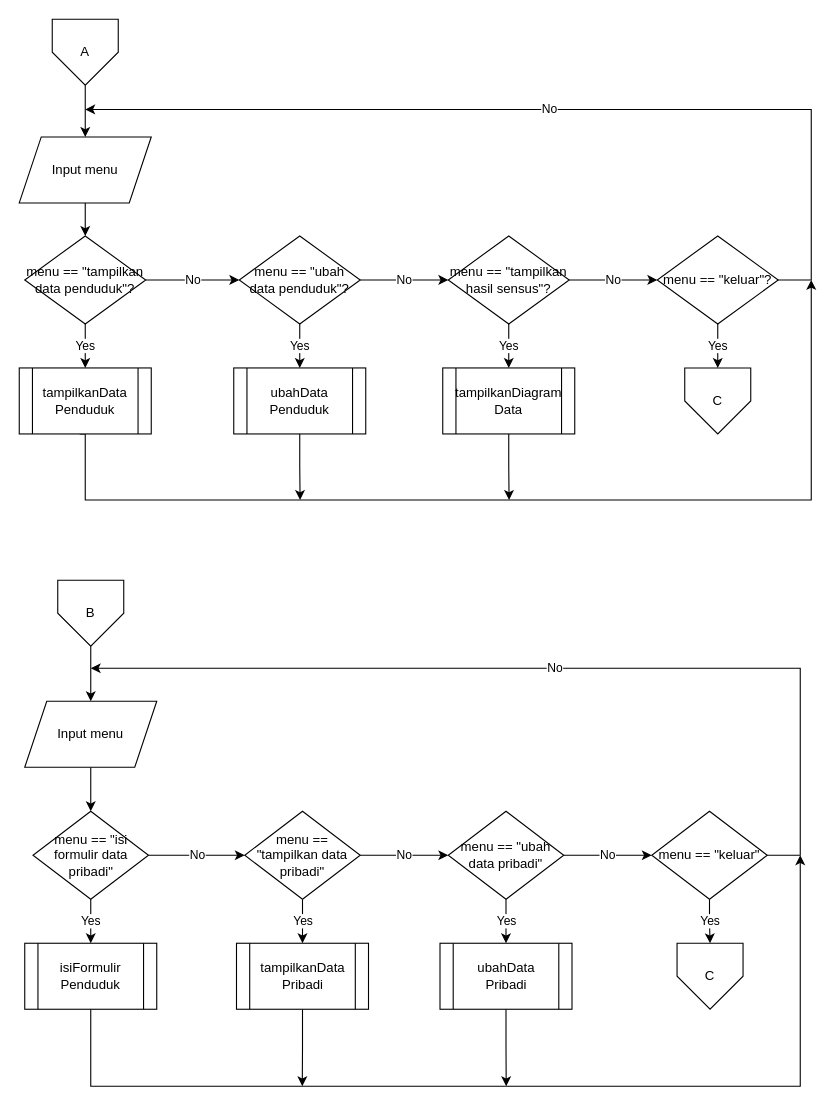
This is page "Page-2" (2 of 3) of Pendataan Penduduk.drawio from Azkina1123/PA-APL-Kelompok-4, a draw.io file, before an edit. Source tidied: cells renumbered, new cells numbered last; positions are measured from the earlier drawing's top-left corner, leaving out a move shared by most shapes. Both pictures are drawn from the tidied source at 110%, with x=0, y=0 at pixel (19, 19).
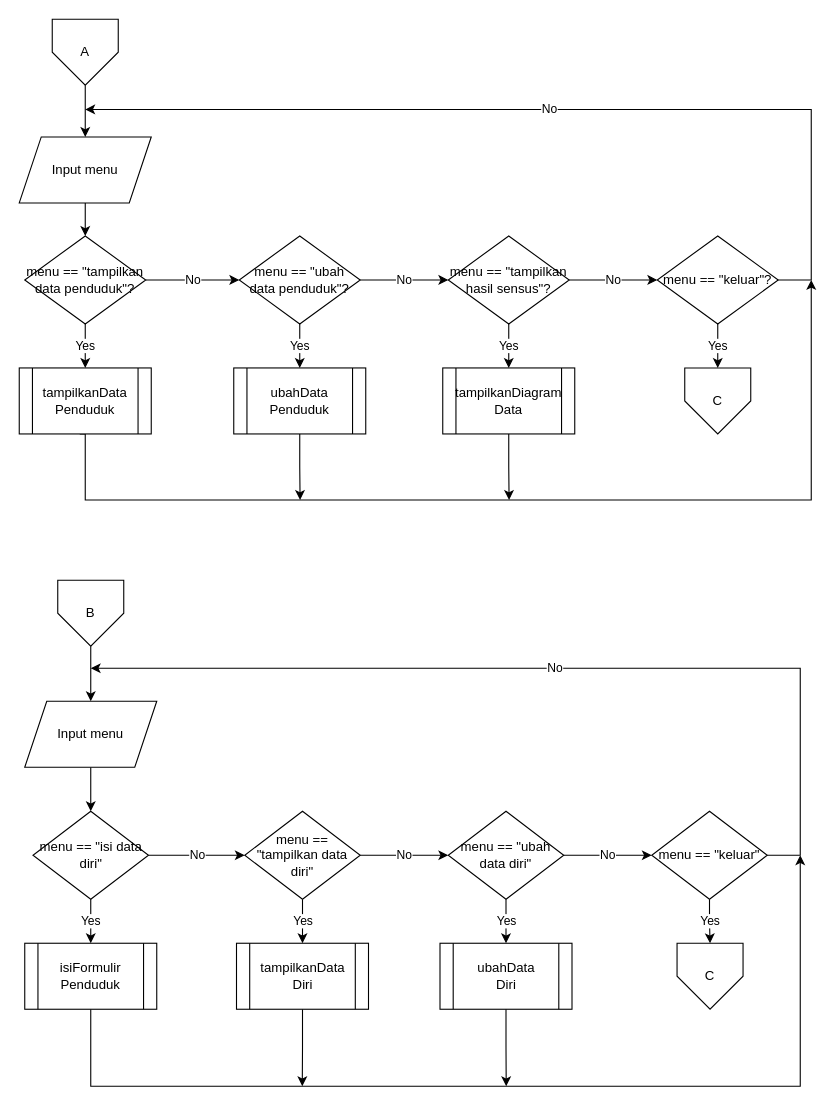
After the change.

Change to the diagram source:
```diff
@@
-    <mxCell id="31" value="menu == &quot;isi formulir data pribadi&quot;" style="rhombus;whiteSpace=wrap;html=1;" parent="1" vertex="1">
+    <mxCell id="31" value="menu == &quot;isi data diri&quot;" style="rhombus;whiteSpace=wrap;html=1;" parent="1" vertex="1">
       <mxGeometry x="12.5" y="720" width="105" height="80" as="geometry" />
     </mxCell>
@@
-    <mxCell id="34" value="menu == &quot;tampilkan data pribadi&quot;" style="rhombus;whiteSpace=wrap;html=1;" parent="1" vertex="1">
+    <mxCell id="34" value="menu == &quot;tampilkan data diri&quot;" style="rhombus;whiteSpace=wrap;html=1;" parent="1" vertex="1">
       <mxGeometry x="205" y="720" width="105" height="80" as="geometry" />
     </mxCell>
@@
-    <mxCell id="37" value="menu == &quot;ubah data pribadi&quot;" style="rhombus;whiteSpace=wrap;html=1;" parent="1" vertex="1">
+    <mxCell id="37" value="menu == &quot;ubah data diri&quot;" style="rhombus;whiteSpace=wrap;html=1;" parent="1" vertex="1">
       <mxGeometry x="390" y="720" width="105" height="80" as="geometry" />
     </mxCell>
@@
-    <mxCell id="41" value="tampilkanData&lt;br&gt;Pribadi" style="shape=process;whiteSpace=wrap;html=1;backgroundOutline=1;" parent="1" vertex="1">
+    <mxCell id="41" value="tampilkanData&lt;br&gt;Diri" style="shape=process;whiteSpace=wrap;html=1;backgroundOutline=1;" parent="1" vertex="1">
       <mxGeometry x="197.5" y="840" width="120" height="60" as="geometry" />
     </mxCell>
@@
-    <mxCell id="43" value="ubahData&lt;br&gt;Pribadi" style="shape=process;whiteSpace=wrap;html=1;backgroundOutline=1;" parent="1" vertex="1">
+    <mxCell id="43" value="ubahData&lt;br&gt;Diri" style="shape=process;whiteSpace=wrap;html=1;backgroundOutline=1;" parent="1" vertex="1">
       <mxGeometry x="382.5" y="840" width="120" height="60" as="geometry" />
     </mxCell>
```
